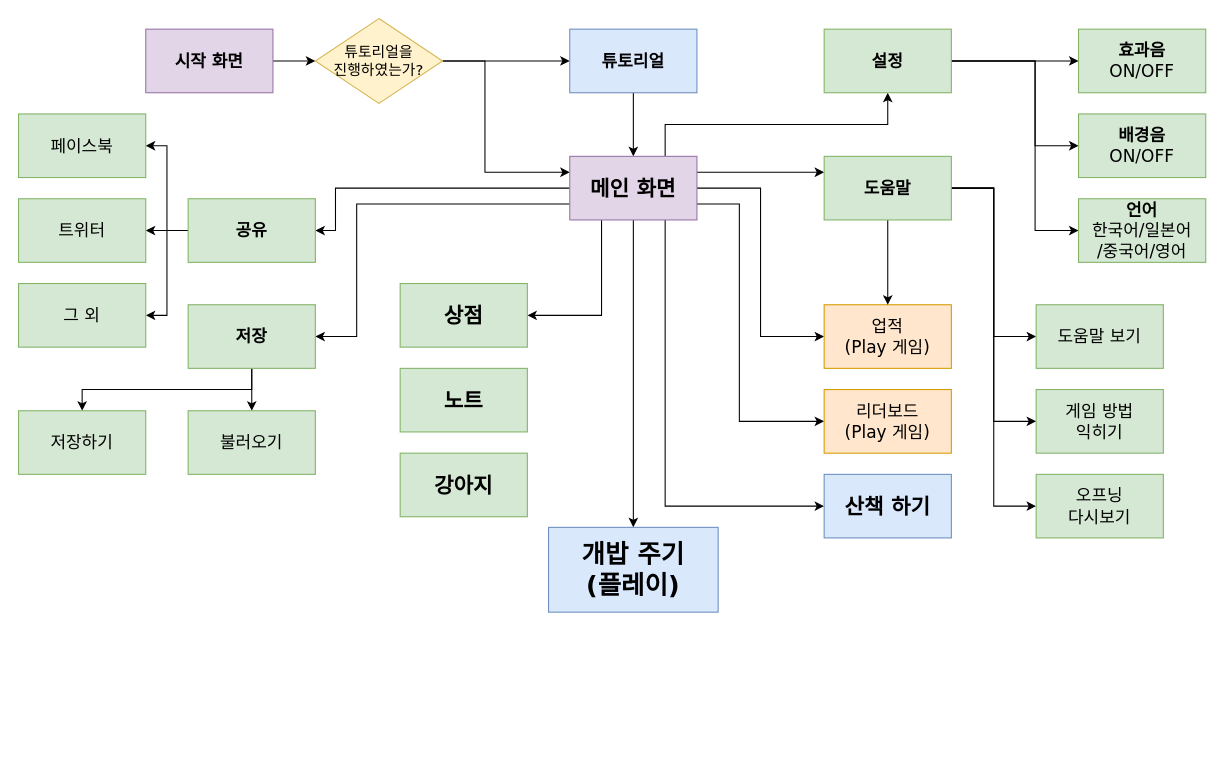
Above: GUI 기말.drawio in dinenki71/UI (draw.io), before the change. Source tidied: cells renumbered, new cells numbered last; positions are measured from the earlier drawing's top-left corner, leaving out a move shared by most shapes. Both pictures are drawn from the tidied source at 106%, with x=0, y=0 at pixel (18, 18).
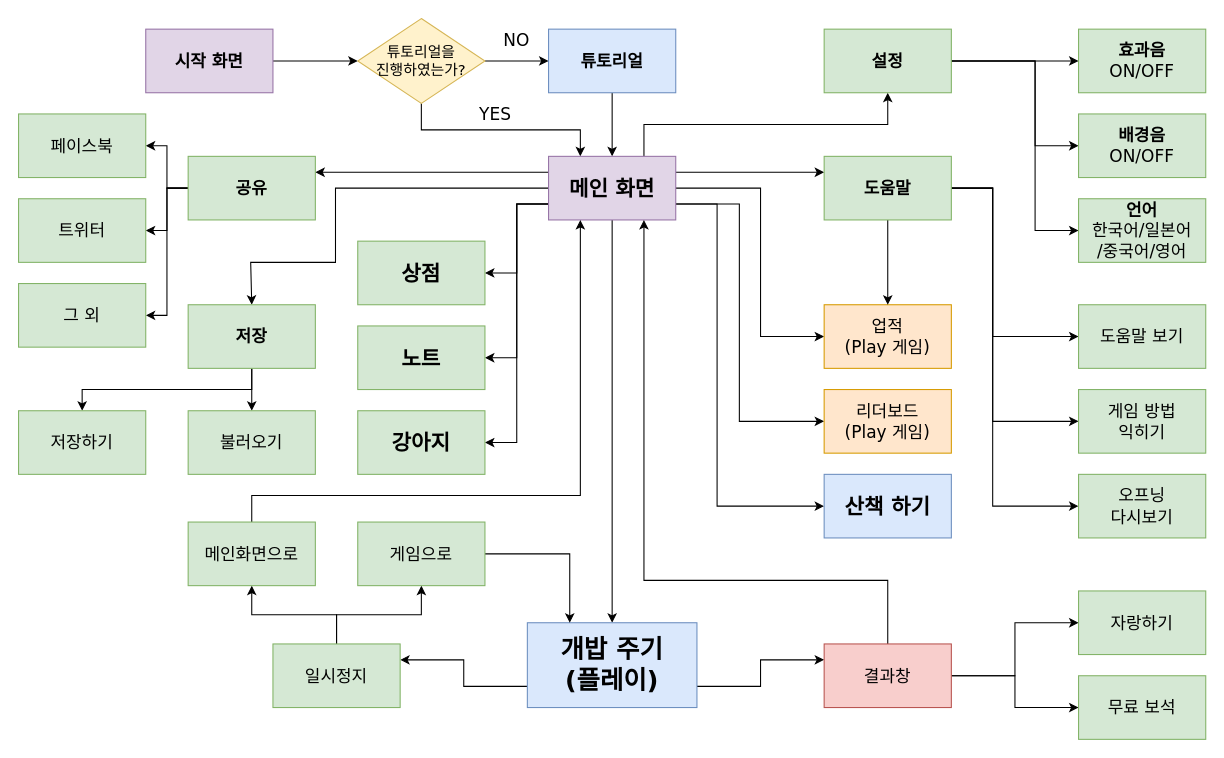
The same diagram, later.

Unchanged cells that the change refers to:
```xml
<mxCell id="37" value="&lt;span style=&quot;font-size: 16px&quot;&gt;&lt;b&gt;저장&lt;/b&gt;&lt;/span&gt;" style="rounded=0;whiteSpace=wrap;html=1;fillColor=#d5e8d4;strokeColor=#82b366;fontFamily=Verdana;" parent="1" vertex="1">
  <mxGeometry x="160" y="270" width="120" height="60" as="geometry" />
</mxCell>
<mxCell id="44" value="&lt;font size=&quot;1&quot;&gt;&lt;span style=&quot;font-size: 16px&quot;&gt;&lt;b&gt;도움말&lt;/b&gt;&lt;/span&gt;&lt;/font&gt;" style="rounded=0;whiteSpace=wrap;html=1;fillColor=#d5e8d4;strokeColor=#82b366;fontFamily=Verdana;" parent="1" vertex="1">
  <mxGeometry x="760" y="130" width="120" height="60" as="geometry" />
</mxCell>
<mxCell id="48" value="&lt;font size=&quot;1&quot;&gt;&lt;b style=&quot;font-size: 20px&quot;&gt;산책 하기&lt;/b&gt;&lt;/font&gt;" style="rounded=0;whiteSpace=wrap;html=1;fillColor=#dae8fc;strokeColor=#6c8ebf;fontFamily=Verdana;" parent="1" vertex="1">
  <mxGeometry x="760" y="430" width="120" height="60" as="geometry" />
</mxCell>
```

What changed in the source:
```diff
@@
-    <mxCell id="5" style="edgeStyle=orthogonalEdgeStyle;rounded=0;jettySize=auto;html=1;entryX=0;entryY=0.25;entryDx=0;entryDy=0;fontFamily=Verdana;" parent="1" edge="1" source="6" target="18">
-      <mxGeometry relative="1" as="geometry">
-        <Array as="points">
-          <mxPoint x="440" y="145" />
-        </Array>
-      </mxGeometry>
+    <mxCell id="5" style="edgeStyle=orthogonalEdgeStyle;rounded=0;jettySize=auto;html=1;exitX=0.5;exitY=1;exitDx=0;exitDy=0;entryX=0.25;entryY=0;entryDx=0;entryDy=0;fontFamily=Verdana;fontSize=16;" parent="1" edge="1" source="6" target="18">
+      <mxGeometry relative="1" as="geometry" />
     </mxCell>
     <mxCell id="6" value="&lt;font style=&quot;font-size: 14px&quot;&gt;튜토리얼을&lt;br&gt;진행하였는가?&lt;/font&gt;" style="rhombus;whiteSpace=wrap;html=1;fillColor=#fff2cc;strokeColor=#d6b656;fontFamily=Verdana;" parent="1" vertex="1">
-      <mxGeometry x="280" width="120" height="80" as="geometry" />
+      <mxGeometry x="320" width="120" height="80" as="geometry" />
     </mxCell>
@@
     <mxCell id="8" value="&lt;font style=&quot;font-size: 16px&quot;&gt;&lt;b&gt;튜토리얼&lt;/b&gt;&lt;/font&gt;" style="rounded=0;whiteSpace=wrap;html=1;fillColor=#dae8fc;strokeColor=#6c8ebf;fontFamily=Verdana;" parent="1" vertex="1">
-      <mxGeometry x="520" y="10" width="120" height="60" as="geometry" />
+      <mxGeometry x="500" y="10" width="120" height="60" as="geometry" />
     </mxCell>
@@
-    <mxCell id="10" style="edgeStyle=orthogonalEdgeStyle;rounded=0;jettySize=auto;html=1;exitX=0;exitY=0.5;exitDx=0;exitDy=0;entryX=1;entryY=0.5;entryDx=0;entryDy=0;fontFamily=Verdana;" parent="1" edge="1" source="18" target="31">
-      <mxGeometry relative="1" as="geometry">
-        <Array as="points">
-          <mxPoint x="299" y="160" />
-          <mxPoint x="299" y="200" />
-        </Array>
-      </mxGeometry>
-    </mxCell>
-    <mxCell id="11" style="edgeStyle=orthogonalEdgeStyle;rounded=0;jettySize=auto;html=1;exitX=0;exitY=0.75;exitDx=0;exitDy=0;entryX=1;entryY=0.5;entryDx=0;entryDy=0;fontFamily=Verdana;fontSize=16;" parent="1" edge="1" source="18" target="37">
-      <mxGeometry relative="1" as="geometry">
-        <Array as="points">
-          <mxPoint x="319" y="175" />
-          <mxPoint x="319" y="300" />
-        </Array>
-      </mxGeometry>
-    </mxCell>
@@
-    <mxCell id="14" style="edgeStyle=orthogonalEdgeStyle;rounded=0;jettySize=auto;html=1;exitX=0.25;exitY=1;exitDx=0;exitDy=0;entryX=1;entryY=0.5;entryDx=0;entryDy=0;fontFamily=Verdana;fontSize=16;" parent="1" edge="1" source="18" target="49">
-      <mxGeometry relative="1" as="geometry" />
-    </mxCell>
-    <mxCell id="15" style="edgeStyle=orthogonalEdgeStyle;rounded=0;jettySize=auto;html=1;exitX=0.75;exitY=1;exitDx=0;exitDy=0;entryX=0;entryY=0.5;entryDx=0;entryDy=0;fontFamily=Verdana;fontSize=16;" parent="1" edge="1" source="18" target="48">
-      <mxGeometry relative="1" as="geometry" />
+    <mxCell id="15" style="edgeStyle=orthogonalEdgeStyle;rounded=0;jettySize=auto;html=1;exitX=1;exitY=0.75;exitDx=0;exitDy=0;entryX=0;entryY=0.5;entryDx=0;entryDy=0;fontFamily=Verdana;fontSize=16;" parent="1" edge="1" source="18" target="48">
+      <mxGeometry relative="1" as="geometry">
+        <Array as="points">
+          <mxPoint x="659" y="175" />
+          <mxPoint x="659" y="460" />
+        </Array>
+      </mxGeometry>
     </mxCell>
@@
+    <mxCell id="10" style="edgeStyle=orthogonalEdgeStyle;rounded=0;jettySize=auto;html=1;exitX=0;exitY=0.25;exitDx=0;exitDy=0;entryX=1;entryY=0.25;entryDx=0;entryDy=0;fontFamily=Verdana;fontSize=16;" parent="1" edge="1" source="18" target="31">
+      <mxGeometry relative="1" as="geometry" />
+    </mxCell>
+    <mxCell id="11" style="edgeStyle=orthogonalEdgeStyle;rounded=0;jettySize=auto;html=1;exitX=0;exitY=0.5;exitDx=0;exitDy=0;entryX=0.5;entryY=0;entryDx=0;entryDy=0;fontFamily=Verdana;fontSize=16;" parent="1" edge="1" source="18" target="37">
+      <mxGeometry relative="1" as="geometry">
+        <Array as="points">
+          <mxPoint x="299" y="160" />
+          <mxPoint x="299" y="230" />
+          <mxPoint x="219" y="230" />
+        </Array>
+      </mxGeometry>
+    </mxCell>
+    <mxCell id="14" style="edgeStyle=orthogonalEdgeStyle;rounded=0;jettySize=auto;html=1;exitX=0;exitY=0.75;exitDx=0;exitDy=0;entryX=1;entryY=0.5;entryDx=0;entryDy=0;fontFamily=Verdana;fontSize=16;" parent="1" edge="1" source="18" target="49">
+      <mxGeometry relative="1" as="geometry" />
+    </mxCell>
+    <mxCell id="53" style="edgeStyle=orthogonalEdgeStyle;rounded=0;jettySize=auto;html=1;exitX=0;exitY=0.75;exitDx=0;exitDy=0;entryX=1;entryY=0.5;entryDx=0;entryDy=0;fontFamily=Verdana;fontSize=16;" parent="1" edge="1" source="18" target="50">
+      <mxGeometry relative="1" as="geometry" />
+    </mxCell>
+    <mxCell id="54" style="edgeStyle=orthogonalEdgeStyle;rounded=0;jettySize=auto;html=1;exitX=0;exitY=0.75;exitDx=0;exitDy=0;entryX=1;entryY=0.5;entryDx=0;entryDy=0;fontFamily=Verdana;fontSize=16;" parent="1" edge="1" source="18" target="51">
+      <mxGeometry relative="1" as="geometry" />
+    </mxCell>
     <mxCell id="18" value="&lt;font style=&quot;font-size: 20px&quot;&gt;&lt;b&gt;메인 화면&lt;/b&gt;&lt;/font&gt;" style="rounded=0;whiteSpace=wrap;html=1;fillColor=#e1d5e7;strokeColor=#9673a6;fontFamily=Verdana;" parent="1" vertex="1">
-      <mxGeometry x="520" y="130" width="120" height="60" as="geometry" />
+      <mxGeometry x="500" y="130" width="120" height="60" as="geometry" />
     </mxCell>
@@
     <mxCell id="31" value="&lt;font size=&quot;1&quot;&gt;&lt;span style=&quot;font-size: 16px&quot;&gt;&lt;b&gt;공유&lt;/b&gt;&lt;/span&gt;&lt;/font&gt;" style="rounded=0;whiteSpace=wrap;html=1;fillColor=#d5e8d4;strokeColor=#82b366;fontFamily=Verdana;" parent="1" vertex="1">
-      <mxGeometry x="160" y="170" width="120" height="60" as="geometry" />
+      <mxGeometry x="160" y="130" width="120" height="60" as="geometry" />
     </mxCell>
@@
     <mxCell id="40" style="edgeStyle=orthogonalEdgeStyle;rounded=0;jettySize=auto;html=1;exitX=1;exitY=0.5;exitDx=0;exitDy=0;entryX=0;entryY=0.5;entryDx=0;entryDy=0;fontFamily=Verdana;fontSize=16;" parent="1" edge="1" source="44" target="45">
-      <mxGeometry relative="1" as="geometry" />
+      <mxGeometry relative="1" as="geometry">
+        <Array as="points">
+          <mxPoint x="919" y="160" />
+          <mxPoint x="919" y="300" />
+        </Array>
+      </mxGeometry>
     </mxCell>
     <mxCell id="41" style="edgeStyle=orthogonalEdgeStyle;rounded=0;jettySize=auto;html=1;exitX=1;exitY=0.5;exitDx=0;exitDy=0;entryX=0;entryY=0.5;entryDx=0;entryDy=0;fontFamily=Verdana;fontSize=16;" parent="1" edge="1" source="44" target="46">
-      <mxGeometry relative="1" as="geometry" />
+      <mxGeometry relative="1" as="geometry">
+        <Array as="points">
+          <mxPoint x="919" y="160" />
+          <mxPoint x="919" y="380" />
+        </Array>
+      </mxGeometry>
     </mxCell>
     <mxCell id="42" style="edgeStyle=orthogonalEdgeStyle;rounded=0;jettySize=auto;html=1;exitX=1;exitY=0.5;exitDx=0;exitDy=0;entryX=0;entryY=0.5;entryDx=0;entryDy=0;fontFamily=Verdana;fontSize=16;" parent="1" edge="1" source="44" target="47">
-      <mxGeometry relative="1" as="geometry" />
+      <mxGeometry relative="1" as="geometry">
+        <Array as="points">
+          <mxPoint x="919" y="160" />
+          <mxPoint x="919" y="460" />
+        </Array>
+      </mxGeometry>
     </mxCell>
@@
     <mxCell id="45" value="&lt;font style=&quot;font-size: 16px&quot;&gt;&lt;span style=&quot;font-size: 16px&quot;&gt;&lt;span style=&quot;font-size: 16px&quot;&gt;도움말 보기&lt;/span&gt;&lt;br style=&quot;font-size: 16px&quot;&gt;&lt;/span&gt;&lt;/font&gt;" style="rounded=0;whiteSpace=wrap;html=1;fillColor=#d5e8d4;strokeColor=#82b366;fontFamily=Verdana;fontSize=16;fontStyle=0;" parent="1" vertex="1">
-      <mxGeometry x="960" y="270" width="120" height="60" as="geometry" />
+      <mxGeometry x="1000" y="270" width="120" height="60" as="geometry" />
     </mxCell>
     <mxCell id="46" value="&lt;span style=&quot;font-size: 16px&quot;&gt;게임 방법&lt;br&gt;익히기&lt;br&gt;&lt;/span&gt;" style="rounded=0;whiteSpace=wrap;html=1;fillColor=#d5e8d4;strokeColor=#82b366;fontFamily=Verdana;fontSize=16;fontStyle=0;" parent="1" vertex="1">
-      <mxGeometry x="960" y="350" width="120" height="60" as="geometry" />
+      <mxGeometry x="1000" y="350" width="120" height="60" as="geometry" />
     </mxCell>
     <mxCell id="47" value="&lt;font style=&quot;font-size: 16px&quot;&gt;&lt;span style=&quot;font-size: 16px&quot;&gt;&lt;span style=&quot;font-size: 16px&quot;&gt;오프닝&lt;br&gt;&lt;/span&gt;다시보기&lt;br style=&quot;font-size: 16px&quot;&gt;&lt;/span&gt;&lt;/font&gt;" style="rounded=0;whiteSpace=wrap;html=1;fillColor=#d5e8d4;strokeColor=#82b366;fontFamily=Verdana;fontSize=16;fontStyle=0;" parent="1" vertex="1">
-      <mxGeometry x="960" y="430" width="120" height="60" as="geometry" />
+      <mxGeometry x="1000" y="430" width="120" height="60" as="geometry" />
     </mxCell>
@@
     <mxCell id="49" value="&lt;font size=&quot;1&quot;&gt;&lt;b style=&quot;font-size: 20px&quot;&gt;상점&lt;/b&gt;&lt;/font&gt;" style="rounded=0;whiteSpace=wrap;html=1;fillColor=#d5e8d4;strokeColor=#82b366;fontFamily=Verdana;" parent="1" vertex="1">
-      <mxGeometry x="360" y="250" width="120" height="60" as="geometry" />
+      <mxGeometry x="320" y="210" width="120" height="60" as="geometry" />
     </mxCell>
     <mxCell id="50" value="&lt;span style=&quot;font-size: 20px&quot;&gt;&lt;b&gt;노트&lt;/b&gt;&lt;/span&gt;" style="rounded=0;whiteSpace=wrap;html=1;fillColor=#d5e8d4;strokeColor=#82b366;fontFamily=Verdana;" parent="1" vertex="1">
-      <mxGeometry x="360" y="330" width="120" height="60" as="geometry" />
+      <mxGeometry x="320" y="290" width="120" height="60" as="geometry" />
     </mxCell>
     <mxCell id="51" value="&lt;font size=&quot;1&quot;&gt;&lt;b style=&quot;font-size: 20px&quot;&gt;강아지&lt;/b&gt;&lt;/font&gt;" style="rounded=0;whiteSpace=wrap;html=1;fillColor=#d5e8d4;strokeColor=#82b366;fontFamily=Verdana;" parent="1" vertex="1">
-      <mxGeometry x="360" y="410" width="120" height="60" as="geometry" />
+      <mxGeometry x="320" y="370" width="120" height="60" as="geometry" />
     </mxCell>
+    <mxCell id="55" style="edgeStyle=orthogonalEdgeStyle;rounded=0;jettySize=auto;html=1;exitX=0;exitY=0.75;exitDx=0;exitDy=0;entryX=1;entryY=0.25;entryDx=0;entryDy=0;fontFamily=Verdana;fontSize=16;" parent="1" edge="1" source="52" target="59">
+      <mxGeometry relative="1" as="geometry" />
+    </mxCell>
+    <mxCell id="56" style="edgeStyle=orthogonalEdgeStyle;rounded=0;jettySize=auto;html=1;exitX=1;exitY=0.75;exitDx=0;exitDy=0;entryX=0;entryY=0.25;entryDx=0;entryDy=0;fontFamily=Verdana;fontSize=16;" parent="1" edge="1" source="52" target="67">
+      <mxGeometry relative="1" as="geometry" />
+    </mxCell>
     <mxCell id="52" value="&lt;font style=&quot;font-size: 24px&quot;&gt;&lt;b&gt;개밥 주기&lt;br&gt;(플레이)&lt;br&gt;&lt;/b&gt;&lt;/font&gt;" style="rounded=0;whiteSpace=wrap;html=1;fillColor=#dae8fc;strokeColor=#6c8ebf;fontFamily=Verdana;" parent="1" vertex="1">
-      <mxGeometry x="500" y="480" width="160" height="80" as="geometry" />
+      <mxGeometry x="480" y="570" width="160" height="80" as="geometry" />
     </mxCell>
+    <mxCell id="57" style="edgeStyle=orthogonalEdgeStyle;rounded=0;jettySize=auto;html=1;exitX=0.5;exitY=0;exitDx=0;exitDy=0;entryX=0.5;entryY=1;entryDx=0;entryDy=0;fontFamily=Verdana;fontSize=16;" parent="1" edge="1" source="59" target="61">
+      <mxGeometry relative="1" as="geometry" />
+    </mxCell>
+    <mxCell id="58" style="edgeStyle=orthogonalEdgeStyle;rounded=0;jettySize=auto;html=1;exitX=0.5;exitY=0;exitDx=0;exitDy=0;entryX=0.5;entryY=1;entryDx=0;entryDy=0;fontFamily=Verdana;fontSize=16;" parent="1" edge="1" source="59" target="63">
+      <mxGeometry relative="1" as="geometry" />
+    </mxCell>
+    <mxCell id="59" value="&lt;font style=&quot;font-size: 16px&quot;&gt;&lt;span style=&quot;font-size: 16px&quot;&gt;일시정지&lt;br style=&quot;font-size: 16px&quot;&gt;&lt;/span&gt;&lt;/font&gt;" style="rounded=0;whiteSpace=wrap;html=1;fillColor=#d5e8d4;strokeColor=#82b366;fontFamily=Verdana;fontSize=16;fontStyle=0;" parent="1" vertex="1">
+      <mxGeometry x="240" y="590" width="120" height="60" as="geometry" />
+    </mxCell>
+    <mxCell id="60" style="edgeStyle=orthogonalEdgeStyle;rounded=0;jettySize=auto;html=1;exitX=0.5;exitY=0;exitDx=0;exitDy=0;entryX=0.25;entryY=1;entryDx=0;entryDy=0;fontFamily=Verdana;fontSize=16;" parent="1" edge="1" source="61" target="18">
+      <mxGeometry relative="1" as="geometry">
+        <Array as="points">
+          <mxPoint x="299" y="450" />
+          <mxPoint x="549" y="450" />
+        </Array>
+      </mxGeometry>
+    </mxCell>
+    <mxCell id="61" value="&lt;font style=&quot;font-size: 16px&quot;&gt;&lt;span style=&quot;font-size: 16px&quot;&gt;메인화면으로&lt;br style=&quot;font-size: 16px&quot;&gt;&lt;/span&gt;&lt;/font&gt;" style="rounded=0;whiteSpace=wrap;html=1;fillColor=#d5e8d4;strokeColor=#82b366;fontFamily=Verdana;fontSize=16;fontStyle=0;" parent="1" vertex="1">
+      <mxGeometry x="160" y="475" width="120" height="60" as="geometry" />
+    </mxCell>
+    <mxCell id="62" style="edgeStyle=orthogonalEdgeStyle;rounded=0;jettySize=auto;html=1;exitX=1;exitY=0.5;exitDx=0;exitDy=0;entryX=0.25;entryY=0;entryDx=0;entryDy=0;fontFamily=Verdana;fontSize=16;" parent="1" edge="1" source="63" target="52">
+      <mxGeometry relative="1" as="geometry" />
+    </mxCell>
+    <mxCell id="63" value="&lt;font style=&quot;font-size: 16px&quot;&gt;&lt;span style=&quot;font-size: 16px&quot;&gt;게임으로&lt;br style=&quot;font-size: 16px&quot;&gt;&lt;/span&gt;&lt;/font&gt;" style="rounded=0;whiteSpace=wrap;html=1;fillColor=#d5e8d4;strokeColor=#82b366;fontFamily=Verdana;fontSize=16;fontStyle=0;" parent="1" vertex="1">
+      <mxGeometry x="320" y="475" width="120" height="60" as="geometry" />
+    </mxCell>
+    <mxCell id="64" style="edgeStyle=orthogonalEdgeStyle;rounded=0;jettySize=auto;html=1;exitX=1;exitY=0.5;exitDx=0;exitDy=0;entryX=0;entryY=0.5;entryDx=0;entryDy=0;fontFamily=Verdana;fontSize=16;" parent="1" edge="1" source="67" target="68">
+      <mxGeometry relative="1" as="geometry" />
+    </mxCell>
+    <mxCell id="65" style="edgeStyle=orthogonalEdgeStyle;rounded=0;jettySize=auto;html=1;exitX=1;exitY=0.5;exitDx=0;exitDy=0;entryX=0;entryY=0.5;entryDx=0;entryDy=0;fontFamily=Verdana;fontSize=16;" parent="1" edge="1" source="67" target="69">
+      <mxGeometry relative="1" as="geometry" />
+    </mxCell>
+    <mxCell id="66" style="edgeStyle=orthogonalEdgeStyle;rounded=0;jettySize=auto;html=1;exitX=0.5;exitY=0;exitDx=0;exitDy=0;entryX=0.75;entryY=1;entryDx=0;entryDy=0;fontFamily=Verdana;fontSize=16;" parent="1" edge="1" source="67" target="18">
+      <mxGeometry relative="1" as="geometry">
+        <Array as="points">
+          <mxPoint x="819" y="530" />
+          <mxPoint x="609" y="530" />
+        </Array>
+      </mxGeometry>
+    </mxCell>
+    <mxCell id="67" value="결과창" style="rounded=0;whiteSpace=wrap;html=1;fontFamily=Verdana;fontSize=16;fillColor=#f8cecc;strokeColor=#b85450;" parent="1" vertex="1">
+      <mxGeometry x="760" y="590" width="120" height="60" as="geometry" />
+    </mxCell>
+    <mxCell id="68" value="&lt;font style=&quot;font-size: 16px&quot;&gt;&lt;span style=&quot;font-size: 16px&quot;&gt;자랑하기&lt;br style=&quot;font-size: 16px&quot;&gt;&lt;/span&gt;&lt;/font&gt;" style="rounded=0;whiteSpace=wrap;html=1;fillColor=#d5e8d4;strokeColor=#82b366;fontFamily=Verdana;fontSize=16;fontStyle=0;" parent="1" vertex="1">
+      <mxGeometry x="1000" y="540" width="120" height="60" as="geometry" />
+    </mxCell>
+    <mxCell id="69" value="&lt;font style=&quot;font-size: 16px&quot;&gt;&lt;span style=&quot;font-size: 16px&quot;&gt;무료 보석&lt;br style=&quot;font-size: 16px&quot;&gt;&lt;/span&gt;&lt;/font&gt;" style="rounded=0;whiteSpace=wrap;html=1;fillColor=#d5e8d4;strokeColor=#82b366;fontFamily=Verdana;fontSize=16;fontStyle=0;" parent="1" vertex="1">
+      <mxGeometry x="1000" y="620" width="120" height="60" as="geometry" />
+    </mxCell>
+    <mxCell id="70" value="YES" style="text;html=1;strokeColor=none;fillColor=none;align=center;verticalAlign=middle;whiteSpace=wrap;rounded=0;fontFamily=Verdana;fontSize=16;" parent="1" vertex="1">
+      <mxGeometry x="430" y="80" width="40" height="20" as="geometry" />
+    </mxCell>
+    <mxCell id="71" value="NO" style="text;html=1;strokeColor=none;fillColor=none;align=center;verticalAlign=middle;whiteSpace=wrap;rounded=0;fontFamily=Verdana;fontSize=16;" parent="1" vertex="1">
+      <mxGeometry x="450" y="10" width="40" height="20" as="geometry" />
+    </mxCell>
```
